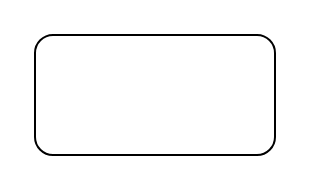
Before: 流程图.drawio in sdhlw/chart, a draw.io diagram. Source tidied: cells renumbered, new cells numbered last; positions are measured from the earlier drawing's top-left corner, leaving out a move shared by most shapes. Both pictures are drawn from the tidied source at 200%, with x=0, y=0 at pixel (34, 34).
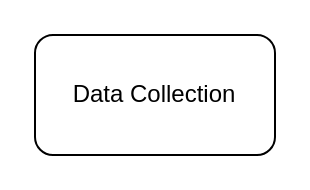
Above is the later version.

Diff of the diagram source:
```diff
@@
 <mxGraphModel>
   <root>
     <mxCell id="0" />
     <mxCell id="1" parent="0" />
-    <mxCell id="2" style="rounded=1;whiteSpace=wrap;html=1;" parent="1" vertex="1">
+    <mxCell id="2" value="Data Collection" style="rounded=1;whiteSpace=wrap;html=1;" parent="1" vertex="1">
       <mxGeometry width="120" height="60" as="geometry" />
     </mxCell>
   </root>
 </mxGraphModel>
```
